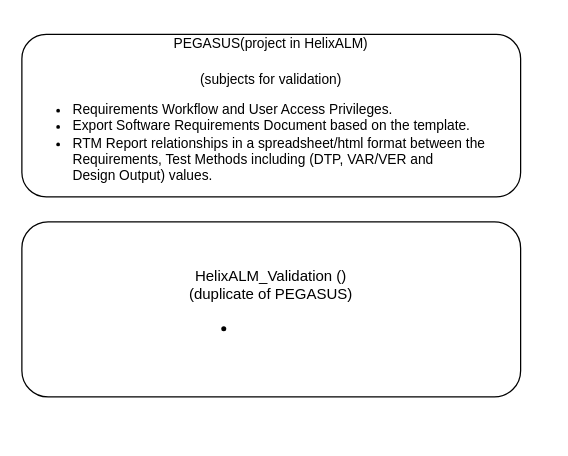
avishnikin696/draws keeps this draw.io diagram as Untitled Diagram.drawio. Above is the earlier version. Source tidied: cells renumbered, new cells numbered last; positions are measured from the earlier drawing's top-left corner, leaving out a move shared by most shapes. Both pictures are drawn from the tidied source at 125%, with x=0, y=0 at pixel (21, 34).
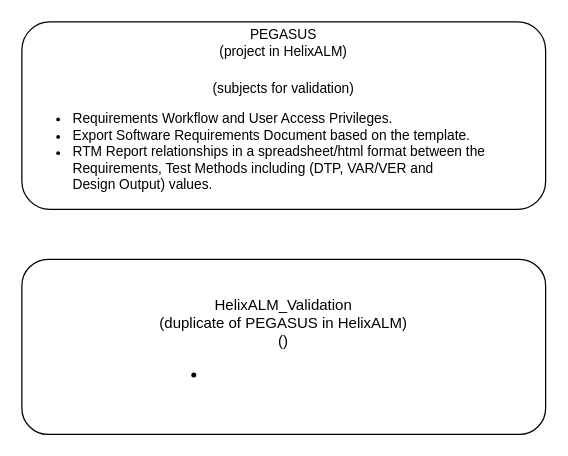
The same page after the edit.

Change to the diagram source:
```diff
@@
 <mxGraphModel>
   <root>
     <mxCell id="0" />
     <mxCell id="1" parent="0" />
-    <mxCell id="2" value="&lt;font style=&quot;font-size: 11px&quot;&gt;PEGASUS(project in HelixALM)&lt;br&gt;&lt;br&gt;(subjects for validation)&lt;br&gt;&lt;/font&gt;&lt;ul style=&quot;font-size: 11px&quot;&gt;&lt;li style=&quot;text-align: left&quot;&gt;&lt;font style=&quot;font-size: 11px&quot;&gt;Requirements Workflow and User Access Privileges.&lt;/font&gt;&lt;/li&gt;&lt;li style=&quot;text-align: left&quot;&gt;&lt;font style=&quot;font-size: 11px&quot;&gt;Export Software Requirements Document based on the template.&lt;/font&gt;&lt;/li&gt;&lt;li style=&quot;text-align: left&quot;&gt;&lt;font style=&quot;font-size: 11px&quot;&gt;&lt;font style=&quot;font-size: 11px&quot;&gt;RTM Report&amp;nbsp;relationships in a spreadsheet/html format between the Requirements, Test Methods including&amp;nbsp;&lt;/font&gt;(DTP, VAR/VER and&lt;br&gt;Design Output) values.&lt;/font&gt;&lt;/li&gt;&lt;/ul&gt;" style="rounded=1;whiteSpace=wrap;html=1;" parent="1" vertex="1">
-      <mxGeometry width="399" height="130" as="geometry" />
+    <mxCell id="2" value="&lt;font style=&quot;font-size: 11px&quot;&gt;PEGASUS &lt;br&gt;(project in HelixALM)&lt;br&gt;&lt;br&gt;(subjects for validation)&lt;br&gt;&lt;/font&gt;&lt;ul style=&quot;font-size: 11px&quot;&gt;&lt;li style=&quot;text-align: left&quot;&gt;&lt;font style=&quot;font-size: 11px&quot;&gt;Requirements Workflow and User Access Privileges.&lt;/font&gt;&lt;/li&gt;&lt;li style=&quot;text-align: left&quot;&gt;&lt;font style=&quot;font-size: 11px&quot;&gt;Export Software Requirements Document based on the template.&lt;/font&gt;&lt;/li&gt;&lt;li style=&quot;text-align: left&quot;&gt;&lt;font style=&quot;font-size: 11px&quot;&gt;&lt;font style=&quot;font-size: 11px&quot;&gt;RTM Report&amp;nbsp;relationships in a spreadsheet/html format between the Requirements, Test Methods including&amp;nbsp;&lt;/font&gt;(DTP, VAR/VER and&lt;br&gt;Design Output) values.&lt;/font&gt;&lt;/li&gt;&lt;/ul&gt;" style="rounded=1;whiteSpace=wrap;html=1;" parent="1" vertex="1">
+      <mxGeometry y="-10" width="419" height="150" as="geometry" />
     </mxCell>
-    <mxCell id="3" value="HelixALM_Validation ()&lt;br&gt;(duplicate of PEGASUS)&lt;br&gt;&lt;ul&gt;&lt;li style=&quot;text-align: left&quot;&gt;&lt;br&gt;&lt;/li&gt;&lt;/ul&gt;" style="rounded=1;whiteSpace=wrap;html=1;" parent="1" vertex="1">
-      <mxGeometry y="150" width="399" height="140" as="geometry" />
+    <mxCell id="3" value="HelixALM_Validation &lt;br&gt;(duplicate of PEGASUS in HelixALM)&lt;br&gt;()&lt;br&gt;&lt;ul&gt;&lt;li style=&quot;text-align: left&quot;&gt;&lt;br&gt;&lt;/li&gt;&lt;/ul&gt;" style="rounded=1;whiteSpace=wrap;html=1;" parent="1" vertex="1">
+      <mxGeometry y="180" width="419" height="140" as="geometry" />
     </mxCell>
   </root>
 </mxGraphModel>
```
